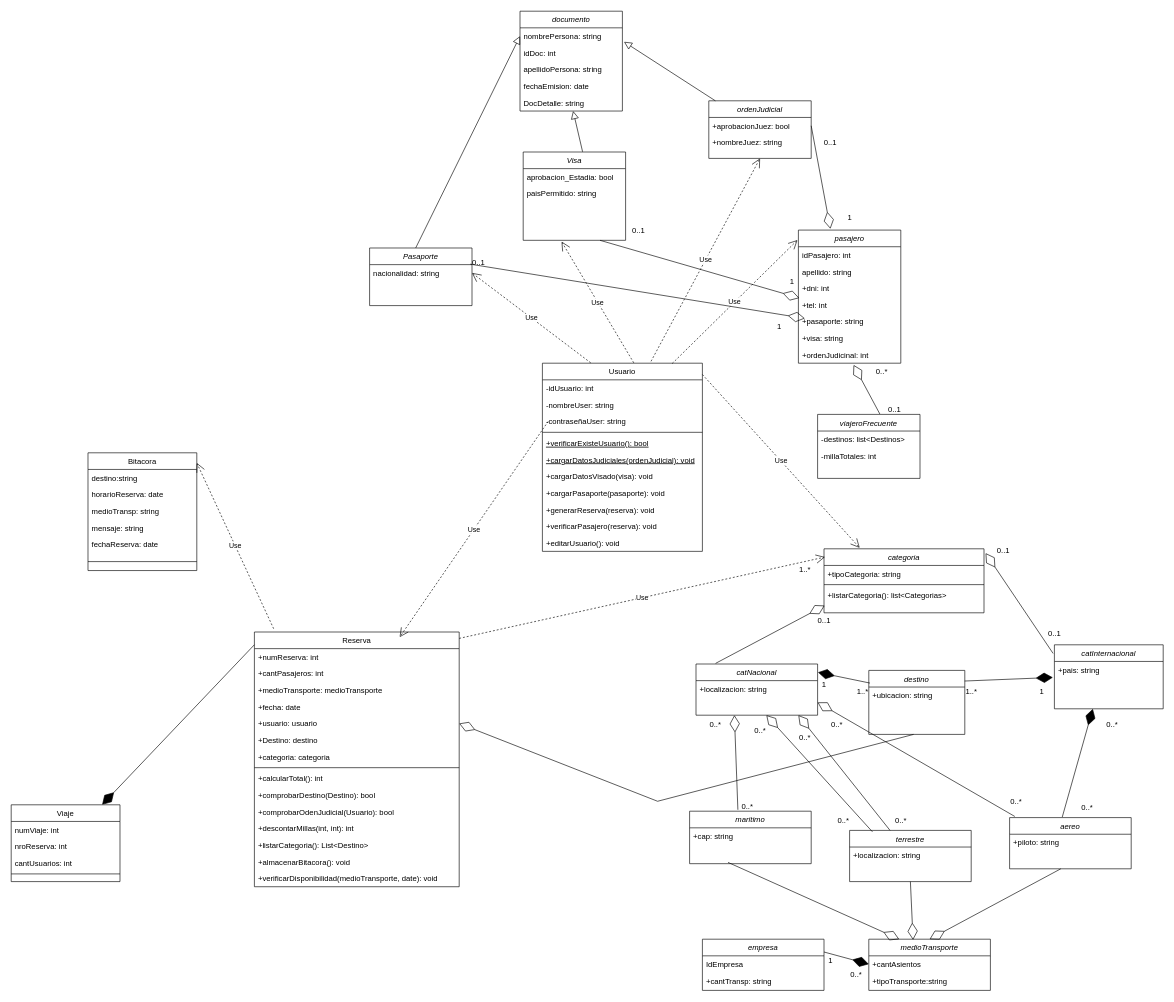
Earlier version of the draw.io diagram diagrama clases examen AyDSII.drawio (phoenix1179/BD). Source tidied: cells renumbered, new cells numbered last; positions are measured from the earlier drawing's top-left corner, leaving out a move shared by most shapes. Both pictures are drawn from the tidied source at 64%, with x=0, y=0 at pixel (11, 11).
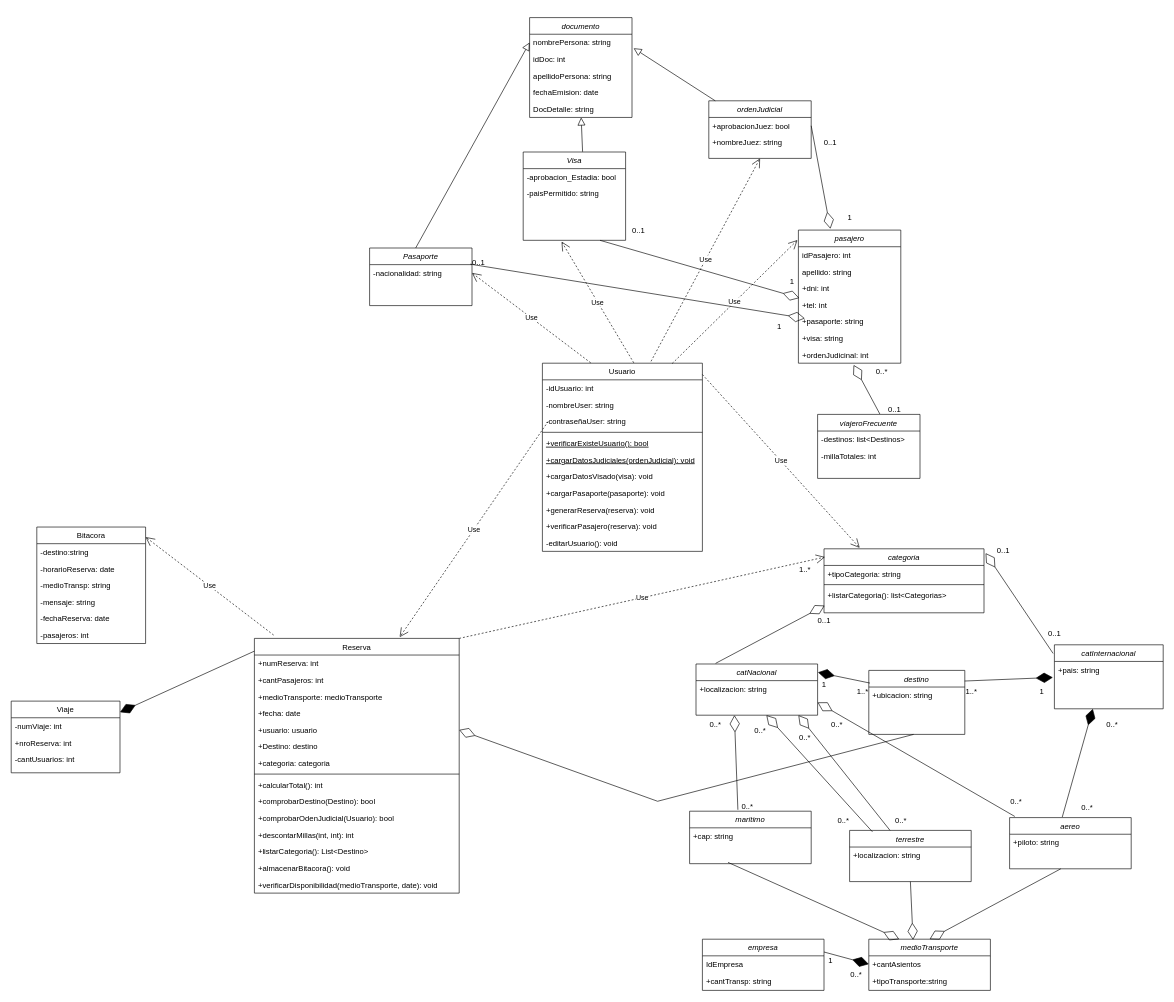
Above is the later version.

The change refers to these unchanged cells:
```xml
<mxCell id="2" value="Pasaporte" style="swimlane;fontStyle=2;align=center;verticalAlign=top;horizontal=1;startSize=26;rounded=0;shadow=0;strokeWidth=1;" parent="1" vertex="1">
  <mxGeometry x="560" y="370" width="160" height="90" as="geometry" />
</mxCell>
<mxCell id="4" value="Usuario" style="swimlane;fontStyle=0;align=center;verticalAlign=top;horizontal=1;startSize=26;rounded=0;shadow=0;strokeWidth=1;" parent="1" vertex="1">
  <mxGeometry x="830" y="550" width="250" height="294" as="geometry" />
</mxCell>
<mxCell id="48" value="Visa" style="swimlane;fontStyle=2;align=center;verticalAlign=top;horizontal=1;startSize=26;rounded=0;shadow=0;strokeWidth=1;" parent="1" vertex="1">
  <mxGeometry x="800" y="220" width="160" height="138" as="geometry" />
</mxCell>
```

What changed in the source:
```diff
@@
-    <mxCell id="3" value="nacionalidad: string" style="text;align=left;verticalAlign=top;spacingLeft=4;spacingRight=4;overflow=hidden;points=[[0,0.5],[1,0.5]];portConstraint=eastwest;" parent="2" vertex="1">
+    <mxCell id="3" value="-nacionalidad: string" style="text;align=left;verticalAlign=top;spacingLeft=4;spacingRight=4;overflow=hidden;points=[[0,0.5],[1,0.5]];portConstraint=eastwest;" parent="2" vertex="1">
       <mxGeometry y="26" width="160" height="26" as="geometry" />
     </mxCell>
@@
-    <mxCell id="15" value="+editarUsuario(): void" style="text;align=left;verticalAlign=top;spacingLeft=4;spacingRight=4;overflow=hidden;" parent="4" vertex="1">
+    <mxCell id="15" value="-editarUsuario(): void" style="text;align=left;verticalAlign=top;spacingLeft=4;spacingRight=4;overflow=hidden;" parent="4" vertex="1">
       <mxGeometry y="268" width="250" height="26" as="geometry" />
     </mxCell>
     <mxCell id="16" value="Reserva" style="swimlane;fontStyle=0;align=center;verticalAlign=top;horizontal=1;startSize=26;rounded=0;shadow=0;strokeWidth=1;" parent="1" vertex="1">
-      <mxGeometry x="380" y="970" width="320" height="398" as="geometry" />
+      <mxGeometry x="380" y="980" width="320" height="398" as="geometry" />
     </mxCell>
@@
     <mxCell id="32" value="Bitacora" style="swimlane;fontStyle=0;align=center;verticalAlign=top;horizontal=1;startSize=26;rounded=0;shadow=0;strokeWidth=1;" parent="1" vertex="1">
-      <mxGeometry x="120" y="690" width="170" height="184" as="geometry" />
+      <mxGeometry x="40" y="806" width="170" height="182" as="geometry" />
     </mxCell>
-    <mxCell id="33" value="destino:string" style="text;align=left;verticalAlign=top;spacingLeft=4;spacingRight=4;overflow=hidden;" parent="32" vertex="1">
+    <mxCell id="33" value="-destino:string" style="text;align=left;verticalAlign=top;spacingLeft=4;spacingRight=4;overflow=hidden;" parent="32" vertex="1">
       <mxGeometry y="26" width="170" height="26" as="geometry" />
     </mxCell>
-    <mxCell id="34" value="horarioReserva: date" style="text;align=left;verticalAlign=top;spacingLeft=4;spacingRight=4;overflow=hidden;" parent="32" vertex="1">
+    <mxCell id="34" value="-horarioReserva: date" style="text;align=left;verticalAlign=top;spacingLeft=4;spacingRight=4;overflow=hidden;" parent="32" vertex="1">
       <mxGeometry y="52" width="170" height="26" as="geometry" />
     </mxCell>
-    <mxCell id="35" value="medioTransp: string&#10;" style="text;align=left;verticalAlign=top;spacingLeft=4;spacingRight=4;overflow=hidden;" parent="32" vertex="1">
+    <mxCell id="35" value="-medioTransp: string&#10;" style="text;align=left;verticalAlign=top;spacingLeft=4;spacingRight=4;overflow=hidden;" parent="32" vertex="1">
       <mxGeometry y="78" width="170" height="26" as="geometry" />
     </mxCell>
-    <mxCell id="36" value="mensaje: string" style="text;align=left;verticalAlign=top;spacingLeft=4;spacingRight=4;overflow=hidden;" parent="32" vertex="1">
+    <mxCell id="36" value="-mensaje: string" style="text;align=left;verticalAlign=top;spacingLeft=4;spacingRight=4;overflow=hidden;" parent="32" vertex="1">
       <mxGeometry y="104" width="170" height="26" as="geometry" />
     </mxCell>
-    <mxCell id="37" value="fechaReserva: date" style="text;align=left;verticalAlign=top;spacingLeft=4;spacingRight=4;overflow=hidden;" parent="32" vertex="1">
+    <mxCell id="37" value="-fechaReserva: date" style="text;align=left;verticalAlign=top;spacingLeft=4;spacingRight=4;overflow=hidden;" parent="32" vertex="1">
       <mxGeometry y="130" width="170" height="26" as="geometry" />
     </mxCell>
-    <mxCell id="38" style="line;html=1;strokeWidth=1;align=left;verticalAlign=middle;spacingTop=-1;spacingLeft=3;spacingRight=3;labelPosition=right;" parent="32" vertex="1">
-      <mxGeometry y="156" width="170" height="28" as="geometry" />
-    </mxCell>
+    <mxCell id="147" value="-pasajeros: int" style="text;align=left;verticalAlign=top;spacingLeft=4;spacingRight=4;overflow=hidden;" parent="32" vertex="1">
+      <mxGeometry y="156" width="170" height="26" as="geometry" />
+    </mxCell>
@@
     <mxCell id="40" value="Viaje" style="swimlane;fontStyle=0;align=center;verticalAlign=top;horizontal=1;startSize=26;rounded=0;shadow=0;strokeWidth=1;" parent="1" vertex="1">
-      <mxGeometry y="1240" width="170" height="120" as="geometry" />
+      <mxGeometry y="1078" width="170" height="112" as="geometry" />
     </mxCell>
-    <mxCell id="41" value="numViaje: int" style="text;align=left;verticalAlign=top;spacingLeft=4;spacingRight=4;overflow=hidden;" parent="40" vertex="1">
+    <mxCell id="41" value="-numViaje: int" style="text;align=left;verticalAlign=top;spacingLeft=4;spacingRight=4;overflow=hidden;" parent="40" vertex="1">
       <mxGeometry y="26" width="170" height="26" as="geometry" />
     </mxCell>
-    <mxCell id="42" value="nroReserva: int" style="text;align=left;verticalAlign=top;spacingLeft=4;spacingRight=4;overflow=hidden;" parent="40" vertex="1">
+    <mxCell id="42" value="+nroReserva: int" style="text;align=left;verticalAlign=top;spacingLeft=4;spacingRight=4;overflow=hidden;" parent="40" vertex="1">
       <mxGeometry y="52" width="170" height="26" as="geometry" />
     </mxCell>
-    <mxCell id="43" value="cantUsuarios: int" style="text;align=left;verticalAlign=top;spacingLeft=4;spacingRight=4;overflow=hidden;rounded=0;shadow=0;html=0;" parent="40" vertex="1">
+    <mxCell id="43" value="-cantUsuarios: int" style="text;align=left;verticalAlign=top;spacingLeft=4;spacingRight=4;overflow=hidden;rounded=0;shadow=0;html=0;" parent="40" vertex="1">
       <mxGeometry y="78" width="170" height="26" as="geometry" />
     </mxCell>
-    <mxCell id="44" style="line;html=1;strokeWidth=1;align=left;verticalAlign=middle;spacingTop=-1;spacingLeft=3;spacingRight=3;labelPosition=right;" parent="40" vertex="1">
-      <mxGeometry y="104" width="170" height="8" as="geometry" />
-    </mxCell>
@@
-    <mxCell id="50" value="aprobacion_Estadia: bool" style="text;align=left;verticalAlign=top;spacingLeft=4;spacingRight=4;overflow=hidden;" parent="48" vertex="1">
+    <mxCell id="50" value="-aprobacion_Estadia: bool" style="text;align=left;verticalAlign=top;spacingLeft=4;spacingRight=4;overflow=hidden;" parent="48" vertex="1">
       <mxGeometry y="26" width="160" height="26" as="geometry" />
     </mxCell>
-    <mxCell id="51" value="paisPermitido: string" style="text;align=left;verticalAlign=top;spacingLeft=4;spacingRight=4;overflow=hidden;" parent="48" vertex="1">
+    <mxCell id="51" value="-paisPermitido: string" style="text;align=left;verticalAlign=top;spacingLeft=4;spacingRight=4;overflow=hidden;" parent="48" vertex="1">
       <mxGeometry y="52" width="160" height="26" as="geometry" />
     </mxCell>
@@
     <mxCell id="56" value="documento" style="swimlane;fontStyle=2;align=center;verticalAlign=top;horizontal=1;startSize=26;rounded=0;shadow=0;strokeWidth=1;" parent="1" vertex="1">
-      <mxGeometry x="795" width="160" height="156" as="geometry" />
+      <mxGeometry x="810" y="10" width="160" height="156" as="geometry" />
     </mxCell>
```
